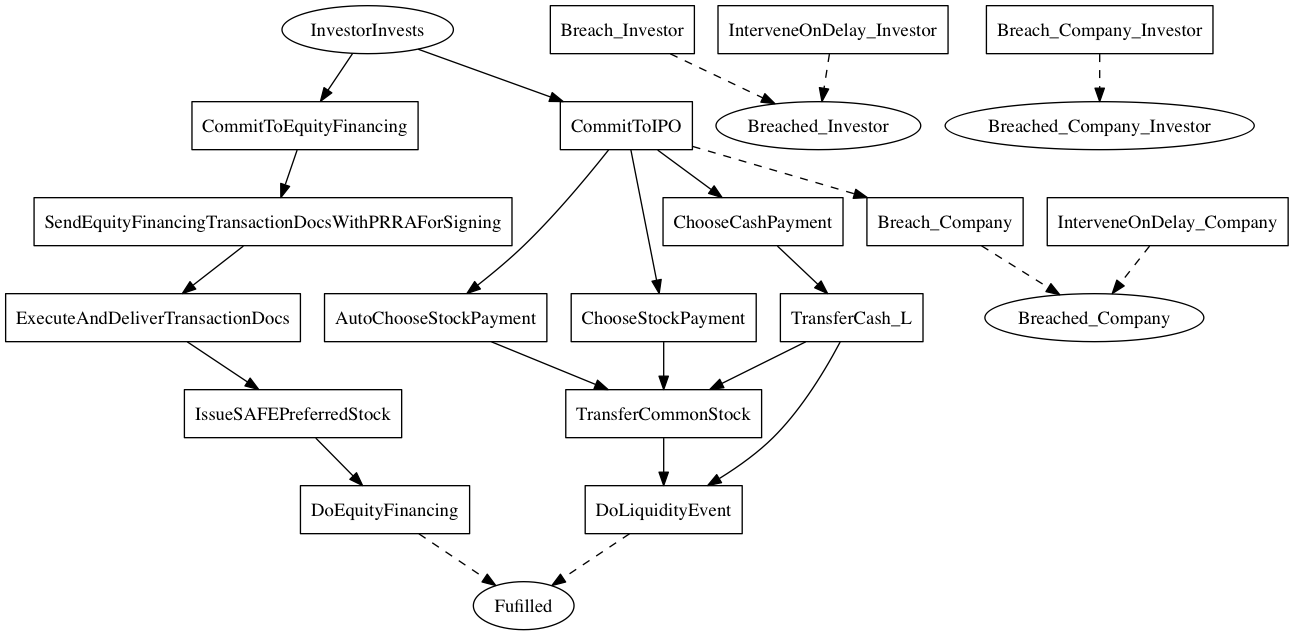
The Graphviz diagram linear_state_machine_language/pyL4/examples/out_graphviz/toy_and_teaching/tutorialSAFE.png in Marcao02/complaw-deeptech, before a commit. Its source is kept beside it as linear_state_machine_language/pyL4/examples/out_graphviz/toy_and_teaching/tutorialSAFE.dot.
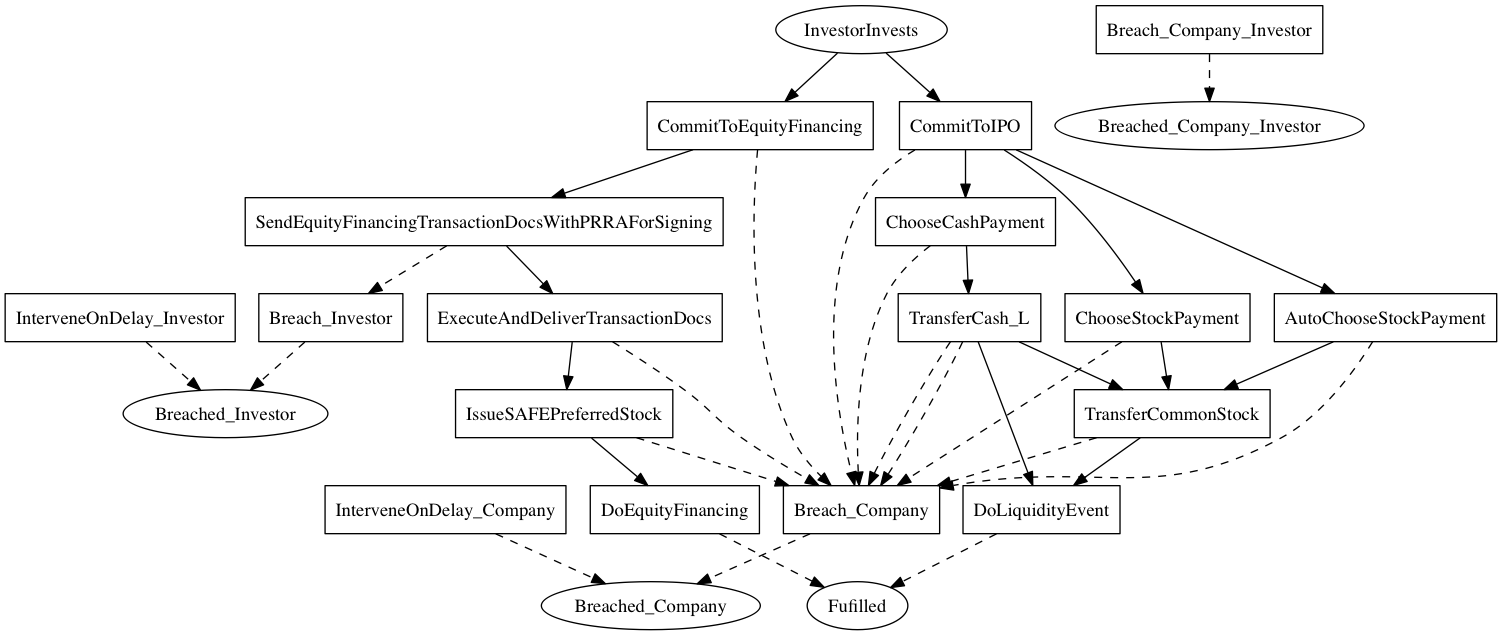
Later version of the same file.

Change to the diagram source:
```diff
@@ -30,19 +30,29 @@
     InvestorInvests -> CommitToEquityFinancing;
 	InvestorInvests -> CommitToIPO;
 	CommitToEquityFinancing -> SendEquityFinancingTransactionDocsWithPRRAForSigning;
+	CommitToEquityFinancing -> Breach_Company [style=dashed];
 	SendEquityFinancingTransactionDocsWithPRRAForSigning -> ExecuteAndDeliverTransactionDocs;
+	SendEquityFinancingTransactionDocsWithPRRAForSigning -> Breach_Investor [style=dashed];
 	ExecuteAndDeliverTransactionDocs -> IssueSAFEPreferredStock;
+	ExecuteAndDeliverTransactionDocs -> Breach_Company [style=dashed];
 	IssueSAFEPreferredStock -> DoEquityFinancing;
+	IssueSAFEPreferredStock -> Breach_Company [style=dashed];
 	CommitToIPO -> ChooseCashPayment;
 	CommitToIPO -> ChooseStockPayment;
 	CommitToIPO -> AutoChooseStockPayment;
 	CommitToIPO -> Breach_Company [style=dashed];
 	AutoChooseStockPayment -> TransferCommonStock;
+	AutoChooseStockPayment -> Breach_Company [style=dashed];
 	ChooseStockPayment -> TransferCommonStock;
+	ChooseStockPayment -> Breach_Company [style=dashed];
 	TransferCommonStock -> DoLiquidityEvent;
+	TransferCommonStock -> Breach_Company [style=dashed];
 	ChooseCashPayment -> TransferCash_L;
+	ChooseCashPayment -> Breach_Company [style=dashed];
 	TransferCash_L -> TransferCommonStock;
-	TransferCash_L -> DoLiquidityEvent
+	TransferCash_L -> Breach_Company [style=dashed];
+	TransferCash_L -> DoLiquidityEvent;
+	TransferCash_L -> Breach_Company [style=dashed]
 
     DoEquityFinancing -> Fulfilled [style=dashed];
 	DoLiquidityEvent -> Fulfilled [style=dashed];
```
